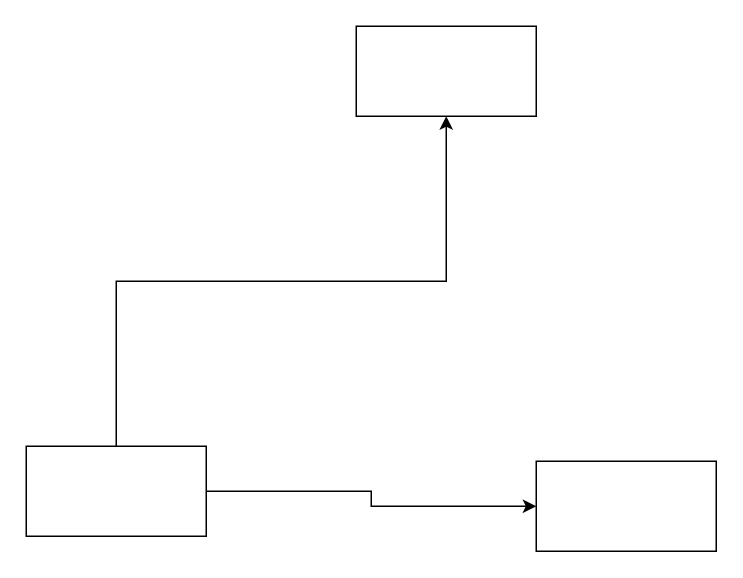
Before: page "第 1 页" (1 of 2) of test.drawio in tyrucas/drawio, a draw.io diagram. Source tidied: cells renumbered, new cells numbered last; positions are measured from the earlier drawing's top-left corner, leaving out a move shared by most shapes. Both pictures are drawn from the tidied source at 150%, with x=0, y=0 at pixel (26, 26).
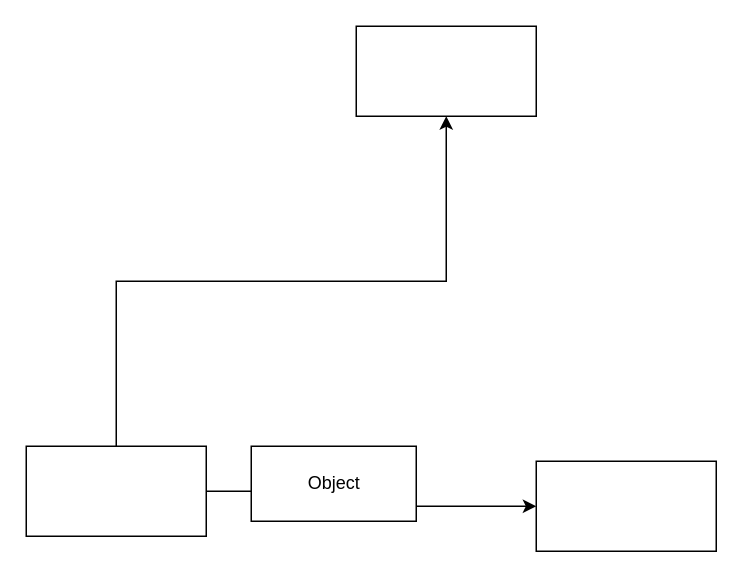
The same page after the edit.

The edit, as a diff of the source:
```diff
@@
 <mxGraphModel>
   <root>
     <mxCell id="0" />
     <mxCell id="1" parent="0" />
     <mxCell id="2" style="edgeStyle=orthogonalEdgeStyle;rounded=0;jettySize=auto;html=1;" parent="1" edge="1" source="4" target="5">
       <mxGeometry relative="1" as="geometry" />
     </mxCell>
     <mxCell id="3" style="edgeStyle=orthogonalEdgeStyle;rounded=0;jettySize=auto;html=1;exitX=0.5;exitY=0;exitDx=0;exitDy=0;" parent="1" edge="1" source="4" target="6">
       <mxGeometry relative="1" as="geometry" />
     </mxCell>
     <mxCell id="4" style="rounded=0;whiteSpace=wrap;html=1;" parent="1" vertex="1">
       <mxGeometry y="280" width="120" height="60" as="geometry" />
     </mxCell>
     <mxCell id="5" style="rounded=0;whiteSpace=wrap;html=1;" parent="1" vertex="1">
       <mxGeometry x="340" y="290" width="120" height="60" as="geometry" />
     </mxCell>
     <mxCell id="6" style="rounded=0;whiteSpace=wrap;html=1;" parent="1" vertex="1">
       <mxGeometry x="220" width="120" height="60" as="geometry" />
     </mxCell>
+    <mxCell id="7" value="Object" style="html=1;" parent="1" vertex="1">
+      <mxGeometry x="150" y="280" width="110" height="50" as="geometry" />
+    </mxCell>
   </root>
 </mxGraphModel>
```
